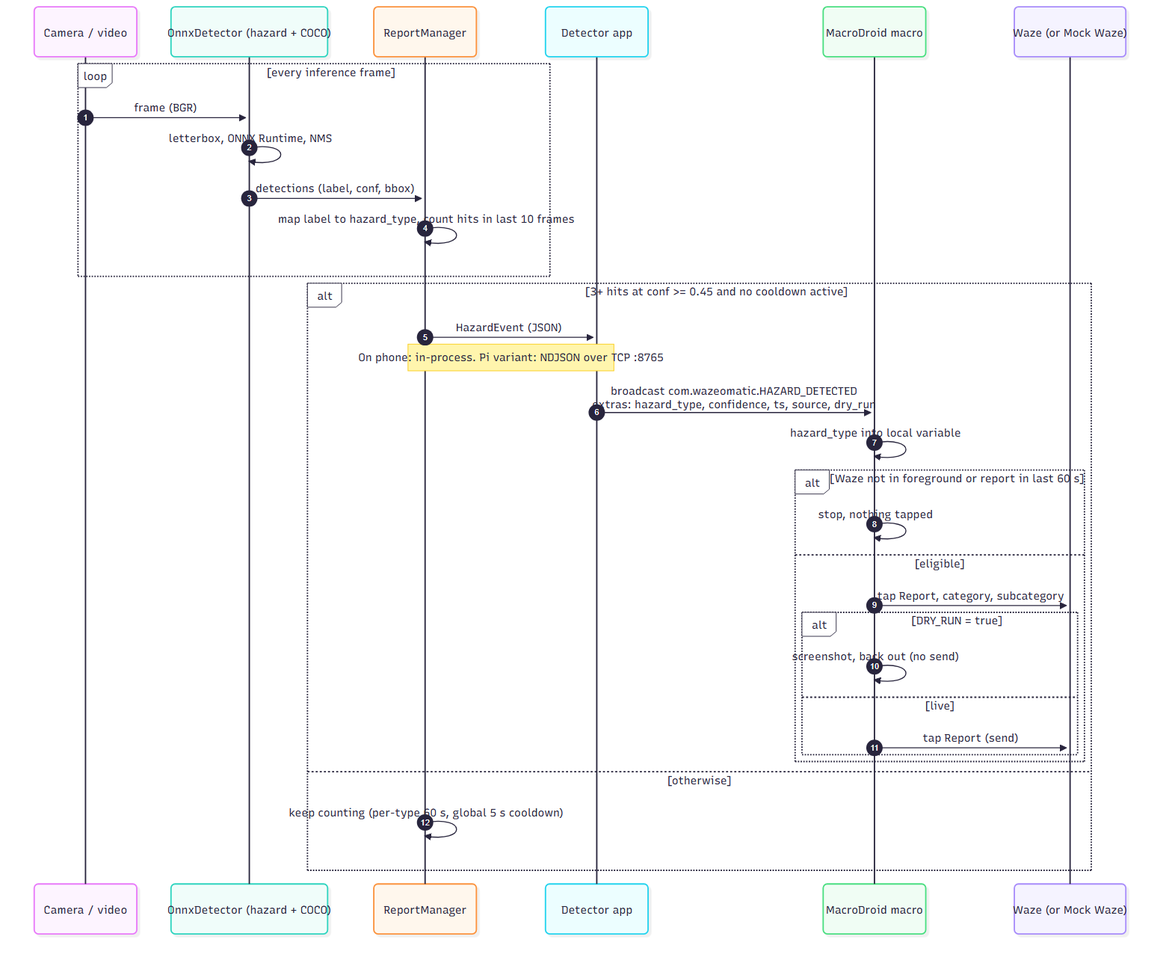
Earlier version of the Mermaid export docs/diagrams/02_sequence.png (blakepennel/wazeomatic). Its source is kept beside it as docs/diagrams/02_sequence.mmd.
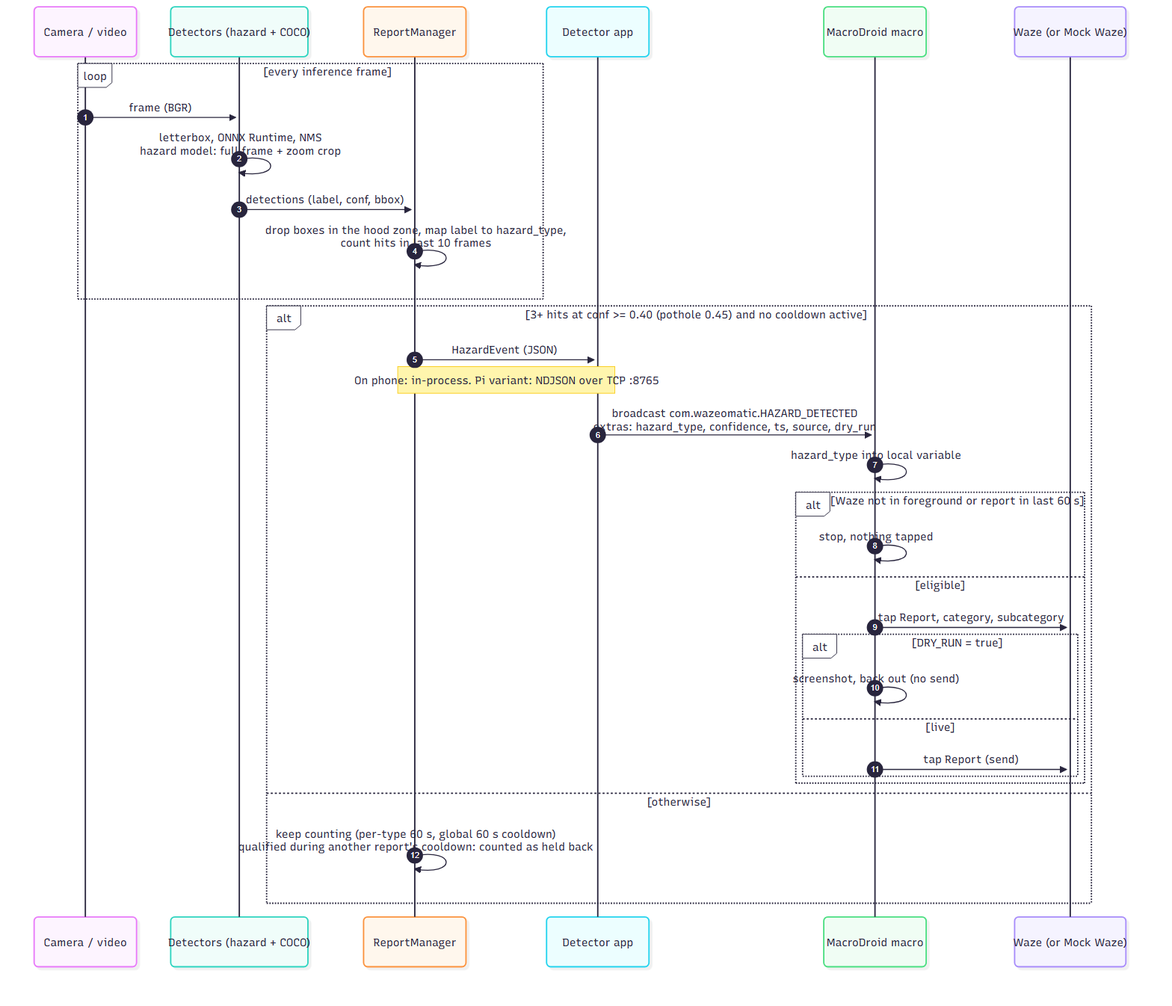
The same file after the commit.

The edit, as a diff of the source:
```diff
@@ -1,7 +1,7 @@
 sequenceDiagram
     autonumber
     participant Src as Camera / video
-    participant Det as OnnxDetector (hazard + COCO)
+    participant Det as Detectors (hazard + COCO)
     participant RM as ReportManager
     participant App as Detector app
     participant MD as MacroDroid macro
@@ -9,12 +9,12 @@
 
     loop every inference frame
         Src->>Det: frame (BGR)
-        Det->>Det: letterbox, ONNX Runtime, NMS
+        Det->>Det: letterbox, ONNX Runtime, NMS<br/>hazard model: full frame + zoom crop
         Det->>RM: detections (label, conf, bbox)
-        RM->>RM: map label to hazard_type, count hits in last 10 frames
+        RM->>RM: drop boxes in the hood zone, map label to hazard_type,<br/>count hits in last 10 frames
     end
 
-    alt 3+ hits at conf >= 0.45 and no cooldown active
+    alt 3+ hits at conf >= 0.40 (pothole 0.45) and no cooldown active
         RM->>App: HazardEvent (JSON)
         Note over RM,App: On phone: in-process. Pi variant: NDJSON over TCP :8765
         App->>MD: broadcast com.wazeomatic.HAZARD_DETECTED<br/>extras: hazard_type, confidence, ts, source, dry_run
@@ -30,5 +30,5 @@
             end
         end
     else otherwise
-        RM->>RM: keep counting (per-type 60 s, global 5 s cooldown)
+        RM->>RM: keep counting (per-type 60 s, global 60 s cooldown)<br/>qualified during another report's cooldown: counted as held back
     end
```
